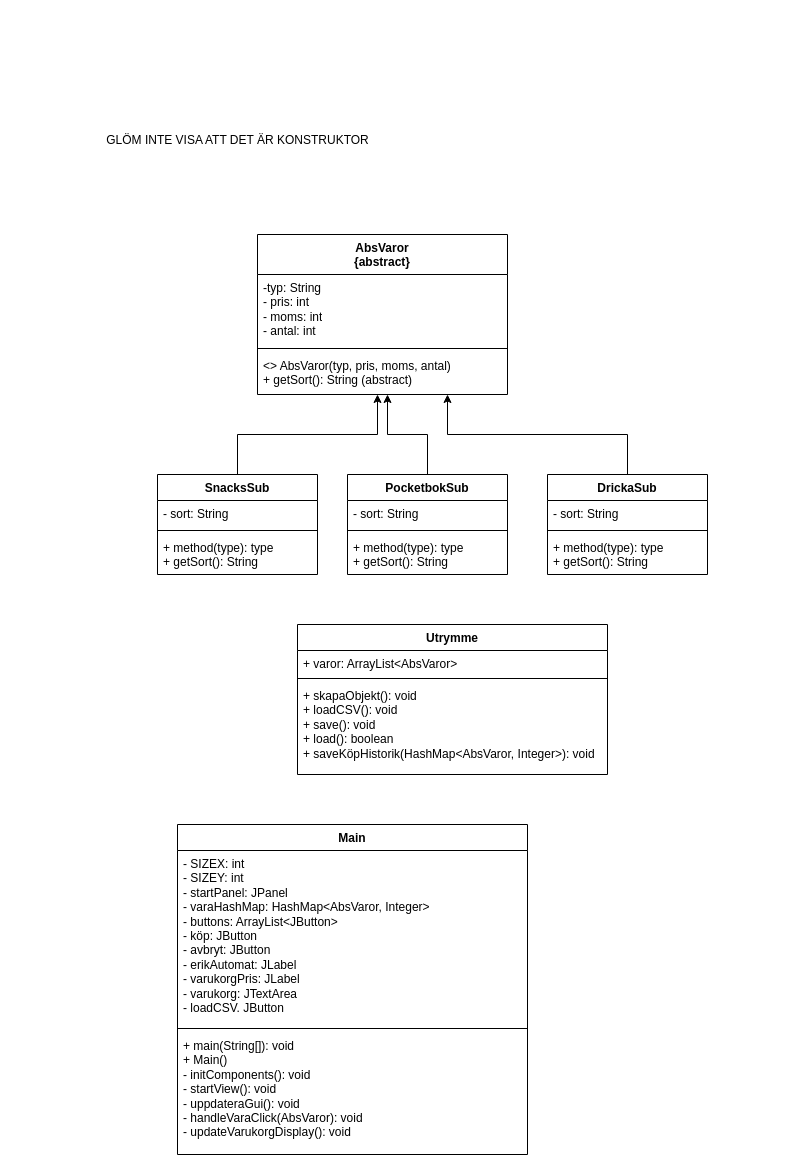
This is uml.drawio from ErikKL06/JavaProjekt, a draw.io file, before an edit. Source tidied: cells renumbered, new cells numbered last; positions are measured from the earlier drawing's top-left corner, leaving out a move shared by most shapes. Both pictures are drawn from the tidied source at 100%, with x=0, y=0 at pixel (92, 127).
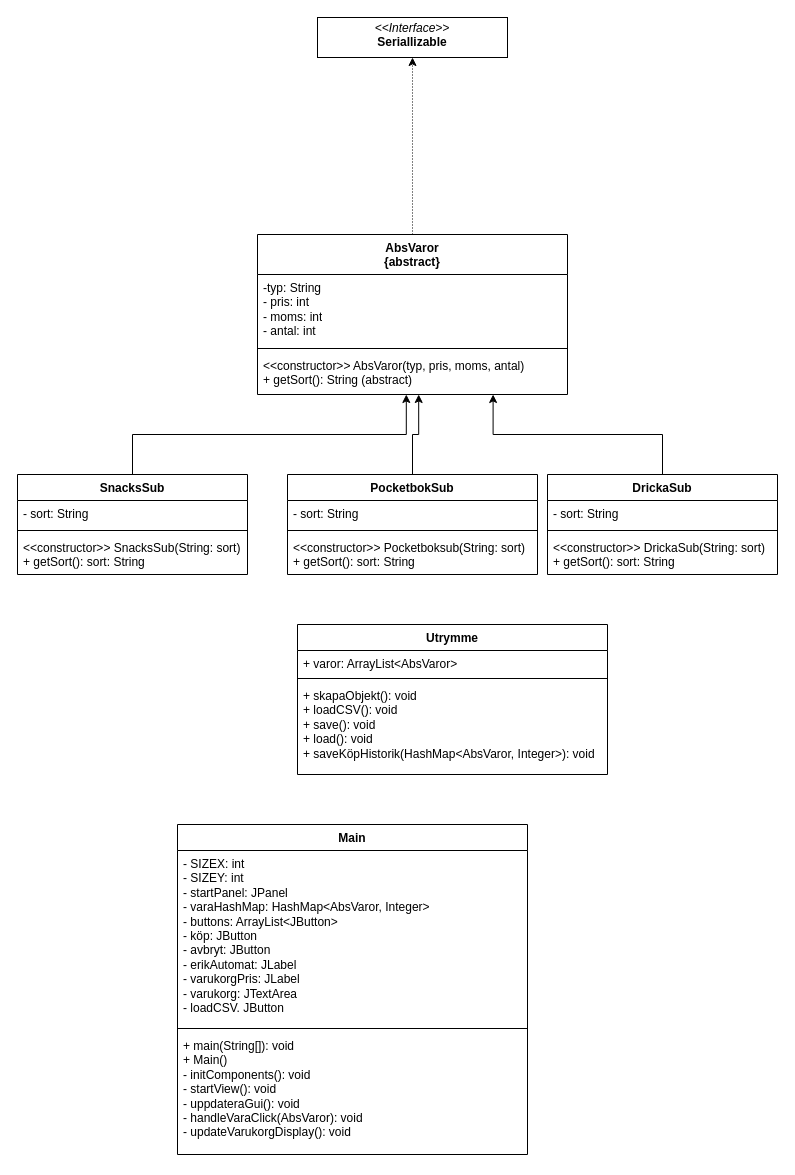
After the change.

Commit message (it also covers changes not shown here):
fixat lite med uml

Unchanged cells that the change refers to:
```xml
<mxCell id="21" value="Utrymme" style="swimlane;fontStyle=1;align=center;verticalAlign=top;horizontal=1;startSize=26;whiteSpace=wrap;html=1;" parent="1" vertex="1">
  <mxGeometry x="205" y="497" width="310" height="150" as="geometry" />
</mxCell>
```

Change to the diagram source:
```diff
@@
+    <mxCell id="30" style="edgeStyle=orthogonalEdgeStyle;rounded=0;jettySize=auto;html=1;exitX=0.5;exitY=0;exitDx=0;exitDy=0;entryX=0.5;entryY=1;entryDx=0;entryDy=0;dashed=1;dashPattern=1 2;" parent="1" edge="1" source="2" target="31">
+      <mxGeometry relative="1" as="geometry" />
+    </mxCell>
     <mxCell id="2" value="AbsVaror&lt;div&gt;{abstract}&lt;/div&gt;" style="swimlane;fontStyle=1;align=center;verticalAlign=top;horizontal=1;startSize=40;whiteSpace=wrap;html=1;" parent="1" vertex="1">
-      <mxGeometry x="165" y="107" width="250" height="160" as="geometry" />
+      <mxGeometry x="165" y="107" width="310" height="160" as="geometry" />
     </mxCell>
     <mxCell id="3" value="-typ: String&lt;br/&gt;- pris: int&lt;br/&gt;- moms: int&lt;br/&gt;- antal: int&lt;div style=&quot;display:none&quot; id=&quot;SDCloudData&quot;&gt;&lt;/div&gt;" style="text;strokeColor=none;fillColor=none;align=left;verticalAlign=top;spacingLeft=4;spacingRight=4;overflow=hidden;whiteSpace=wrap;html=1;" parent="2" vertex="1">
-      <mxGeometry y="40" width="250" height="70" as="geometry" />
+      <mxGeometry y="40" width="310" height="70" as="geometry" />
     </mxCell>
     <mxCell id="4" style="line;strokeWidth=1;fillColor=none;align=left;verticalAlign=middle;spacingTop=-1;spacingLeft=3;spacingRight=3;labelPosition=right;strokeColor=inherit;" parent="2" vertex="1">
-      <mxGeometry y="110" width="250" height="8" as="geometry" />
+      <mxGeometry y="110" width="310" height="8" as="geometry" />
     </mxCell>
-    <mxCell id="5" value="&amp;lt;&amp;gt; AbsVaror(typ, pris, moms, antal)&lt;br&gt;+ getSort(): String (abstract)&lt;br&gt;&lt;br&gt;&lt;div&gt;&lt;br&gt;&lt;/div&gt;&lt;div&gt;&amp;nbsp;&lt;div style=&quot;display:none&quot; id=&quot;SDCloudData&quot;&gt;&lt;/div&gt;&lt;/div&gt;" style="text;strokeColor=none;fillColor=none;align=left;verticalAlign=top;spacingLeft=4;spacingRight=4;overflow=hidden;points=[[0,0.5],[1,0.5]];portConstraint=eastwest;whiteSpace=wrap;html=1;" parent="2" vertex="1">
-      <mxGeometry y="118" width="250" height="42" as="geometry" />
+    <mxCell id="5" value="&amp;lt;&amp;lt;constructor&amp;gt;&amp;gt; AbsVaror(typ, pris, moms, antal)&lt;br&gt;+ getSort(): String (abstract)&lt;br&gt;&lt;br&gt;&lt;div&gt;&lt;br&gt;&lt;/div&gt;&lt;div&gt;&amp;nbsp;&lt;div style=&quot;display:none&quot; id=&quot;SDCloudData&quot;&gt;&lt;/div&gt;&lt;/div&gt;" style="text;strokeColor=none;fillColor=none;align=left;verticalAlign=top;spacingLeft=4;spacingRight=4;overflow=hidden;points=[[0,0.5],[1,0.5]];portConstraint=eastwest;whiteSpace=wrap;html=1;" parent="2" vertex="1">
+      <mxGeometry y="118" width="310" height="42" as="geometry" />
     </mxCell>
     <mxCell id="6" value="PocketbokSub" style="swimlane;fontStyle=1;align=center;verticalAlign=top;horizontal=1;startSize=26;whiteSpace=wrap;html=1;" parent="1" vertex="1">
-      <mxGeometry x="255" y="347" width="160" height="100" as="geometry" />
+      <mxGeometry x="195" y="347" width="250" height="100" as="geometry" />
     </mxCell>
     <mxCell id="7" value="- sort: String" style="text;strokeColor=none;fillColor=none;align=left;verticalAlign=top;spacingLeft=4;spacingRight=4;overflow=hidden;whiteSpace=wrap;html=1;" parent="6" vertex="1">
-      <mxGeometry y="26" width="160" height="26" as="geometry" />
+      <mxGeometry y="26" width="250" height="26" as="geometry" />
     </mxCell>
     <mxCell id="8" style="line;strokeWidth=1;fillColor=none;align=left;verticalAlign=middle;spacingTop=-1;spacingLeft=3;spacingRight=3;labelPosition=right;strokeColor=inherit;" parent="6" vertex="1">
-      <mxGeometry y="52" width="160" height="8" as="geometry" />
+      <mxGeometry y="52" width="250" height="8" as="geometry" />
     </mxCell>
-    <mxCell id="9" value="+ method(type): type&lt;div&gt;+ getSort(): String&amp;nbsp;&lt;/div&gt;" style="text;strokeColor=none;fillColor=none;align=left;verticalAlign=top;spacingLeft=4;spacingRight=4;overflow=hidden;whiteSpace=wrap;html=1;" parent="6" vertex="1">
-      <mxGeometry y="60" width="160" height="40" as="geometry" />
+    <mxCell id="9" value="&amp;lt;&amp;lt;constructor&amp;gt;&amp;gt; Pocketboksub(String: sort)&lt;div&gt;+ getSort():&amp;nbsp;&lt;span style=&quot;background-color: transparent; color: light-dark(rgb(0, 0, 0), rgb(255, 255, 255));&quot;&gt;sort:&lt;/span&gt;&lt;span style=&quot;background-color: transparent; color: light-dark(rgb(0, 0, 0), rgb(255, 255, 255));&quot;&gt;&amp;nbsp;&lt;/span&gt;&lt;span style=&quot;background-color: transparent; color: light-dark(rgb(0, 0, 0), rgb(255, 255, 255));&quot;&gt;String&amp;nbsp;&lt;/span&gt;&lt;/div&gt;" style="text;strokeColor=none;fillColor=none;align=left;verticalAlign=top;spacingLeft=4;spacingRight=4;overflow=hidden;whiteSpace=wrap;html=1;" parent="6" vertex="1">
+      <mxGeometry y="60" width="250" height="40" as="geometry" />
     </mxCell>
     <mxCell id="10" value="SnacksSub" style="swimlane;fontStyle=1;align=center;verticalAlign=top;horizontal=1;startSize=26;whiteSpace=wrap;html=1;" parent="1" vertex="1">
-      <mxGeometry x="65" y="347" width="160" height="100" as="geometry" />
+      <mxGeometry x="-75" y="347" width="230" height="100" as="geometry" />
     </mxCell>
     <mxCell id="11" value="- sort: String" style="text;strokeColor=none;fillColor=none;align=left;verticalAlign=top;spacingLeft=4;spacingRight=4;overflow=hidden;whiteSpace=wrap;html=1;" parent="10" vertex="1">
-      <mxGeometry y="26" width="160" height="26" as="geometry" />
+      <mxGeometry y="26" width="230" height="26" as="geometry" />
     </mxCell>
     <mxCell id="12" style="line;strokeWidth=1;fillColor=none;align=left;verticalAlign=middle;spacingTop=-1;spacingLeft=3;spacingRight=3;labelPosition=right;strokeColor=inherit;" parent="10" vertex="1">
-      <mxGeometry y="52" width="160" height="8" as="geometry" />
+      <mxGeometry y="52" width="230" height="8" as="geometry" />
     </mxCell>
-    <mxCell id="13" value="+ method(type): type&lt;div&gt;+ getSort(): String&amp;nbsp;&lt;/div&gt;" style="text;strokeColor=none;fillColor=none;align=left;verticalAlign=top;spacingLeft=4;spacingRight=4;overflow=hidden;whiteSpace=wrap;html=1;" parent="10" vertex="1">
-      <mxGeometry y="60" width="160" height="40" as="geometry" />
+    <mxCell id="13" value="&amp;lt;&amp;lt;constructor&amp;gt;&amp;gt; SnacksSub(String: sort)&lt;div&gt;+ getSort():&amp;nbsp;&lt;span style=&quot;background-color: transparent; color: light-dark(rgb(0, 0, 0), rgb(255, 255, 255));&quot;&gt;sort:&lt;/span&gt;&lt;span style=&quot;background-color: transparent; color: light-dark(rgb(0, 0, 0), rgb(255, 255, 255));&quot;&gt;&amp;nbsp;&lt;/span&gt;&lt;span style=&quot;background-color: transparent; color: light-dark(rgb(0, 0, 0), rgb(255, 255, 255));&quot;&gt;String&amp;nbsp;&lt;/span&gt;&lt;/div&gt;" style="text;strokeColor=none;fillColor=none;align=left;verticalAlign=top;spacingLeft=4;spacingRight=4;overflow=hidden;whiteSpace=wrap;html=1;" parent="10" vertex="1">
+      <mxGeometry y="60" width="230" height="40" as="geometry" />
     </mxCell>
     <mxCell id="14" value="DrickaSub" style="swimlane;fontStyle=1;align=center;verticalAlign=top;horizontal=1;startSize=26;whiteSpace=wrap;html=1;" parent="1" vertex="1">
-      <mxGeometry x="455" y="347" width="160" height="100" as="geometry" />
+      <mxGeometry x="455" y="347" width="230" height="100" as="geometry" />
     </mxCell>
     <mxCell id="15" value="- sort: String" style="text;strokeColor=none;fillColor=none;align=left;verticalAlign=top;spacingLeft=4;spacingRight=4;overflow=hidden;whiteSpace=wrap;html=1;" parent="14" vertex="1">
-      <mxGeometry y="26" width="160" height="26" as="geometry" />
+      <mxGeometry y="26" width="230" height="26" as="geometry" />
     </mxCell>
     <mxCell id="16" style="line;strokeWidth=1;fillColor=none;align=left;verticalAlign=middle;spacingTop=-1;spacingLeft=3;spacingRight=3;labelPosition=right;strokeColor=inherit;" parent="14" vertex="1">
-      <mxGeometry y="52" width="160" height="8" as="geometry" />
+      <mxGeometry y="52" width="230" height="8" as="geometry" />
     </mxCell>
-    <mxCell id="17" value="+ method(type): type&lt;div&gt;+ getSort(): String&amp;nbsp;&lt;/div&gt;" style="text;strokeColor=none;fillColor=none;align=left;verticalAlign=top;spacingLeft=4;spacingRight=4;overflow=hidden;whiteSpace=wrap;html=1;" parent="14" vertex="1">
-      <mxGeometry y="60" width="160" height="40" as="geometry" />
+    <mxCell id="17" value="&amp;lt;&amp;lt;constructor&amp;gt;&amp;gt; DrickaSub(String: sort)&lt;div&gt;&lt;span style=&quot;background-color: transparent; color: light-dark(rgb(0, 0, 0), rgb(255, 255, 255));&quot;&gt;+ getSort(): sort: String&amp;nbsp;&lt;/span&gt;&lt;/div&gt;" style="text;strokeColor=none;fillColor=none;align=left;verticalAlign=top;spacingLeft=4;spacingRight=4;overflow=hidden;whiteSpace=wrap;html=1;" parent="14" vertex="1">
+      <mxGeometry y="60" width="230" height="40" as="geometry" />
     </mxCell>
@@
-    <mxCell id="24" value="+ skapaObjekt(): void&lt;div&gt;+ loadCSV(): void&lt;/div&gt;&lt;div&gt;+ save(): void&lt;/div&gt;&lt;div&gt;+ load(): boolean&lt;/div&gt;&lt;div&gt;+ saveKöpHistorik(HashMap&amp;lt;AbsVaror, Integer&amp;gt;): void&lt;/div&gt;" style="text;strokeColor=none;fillColor=none;align=left;verticalAlign=top;spacingLeft=4;spacingRight=4;overflow=hidden;whiteSpace=wrap;html=1;" parent="21" vertex="1">
+    <mxCell id="24" value="+ skapaObjekt(): void&lt;div&gt;+ loadCSV(): void&lt;/div&gt;&lt;div&gt;+ save(): void&lt;/div&gt;&lt;div&gt;+ load(): void&lt;/div&gt;&lt;div&gt;+ saveKöpHistorik(HashMap&amp;lt;AbsVaror, Integer&amp;gt;): void&lt;/div&gt;" style="text;strokeColor=none;fillColor=none;align=left;verticalAlign=top;spacingLeft=4;spacingRight=4;overflow=hidden;whiteSpace=wrap;html=1;" parent="21" vertex="1">
       <mxGeometry y="58" width="310" height="92" as="geometry" />
     </mxCell>
@@
-    <mxCell id="29" value="GLÖM INTE VISA ATT DET ÄR KONSTRUKTOR&lt;div&gt;&lt;br&gt;&lt;/div&gt;" style="text;html=1;align=center;verticalAlign=middle;strokeColor=none;fillColor=none;" parent="1" vertex="1">
-      <mxGeometry width="290" height="40" as="geometry" />
+    <mxCell id="29" value="&lt;div&gt;&lt;br&gt;&lt;/div&gt;&lt;div&gt;&lt;br&gt;&lt;/div&gt;" style="text;html=1;align=center;verticalAlign=middle;strokeColor=none;fillColor=none;" parent="1" vertex="1">
+      <mxGeometry x="135" width="20" height="40" as="geometry" />
     </mxCell>
+    <mxCell id="31" value="&lt;p style=&quot;margin:0px;margin-top:4px;text-align:center;&quot;&gt;&lt;i&gt;&amp;lt;&amp;lt;Interface&amp;gt;&amp;gt;&lt;/i&gt;&lt;br&gt;&lt;b&gt;Seriallizable&lt;/b&gt;&lt;/p&gt;&lt;p style=&quot;margin:0px;margin-left:4px;&quot;&gt;&lt;br&gt;&lt;/p&gt;" style="verticalAlign=top;align=left;overflow=fill;html=1;whiteSpace=wrap;" parent="1" vertex="1">
+      <mxGeometry x="225" y="-110" width="190" height="40" as="geometry" />
+    </mxCell>
```
